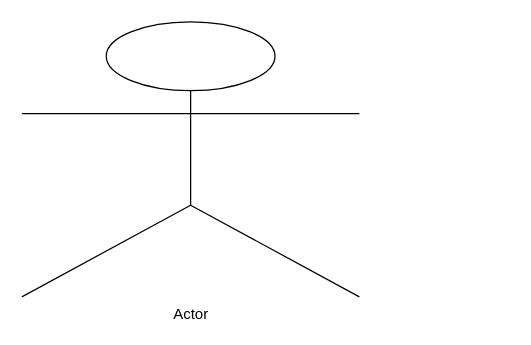
Above: Untitled Diagram.drawio in michals-lab/sezam (draw.io), before the change. Source tidied: cells renumbered, new cells numbered last; positions are measured from the earlier drawing's top-left corner, leaving out a move shared by most shapes. Both pictures are drawn from the tidied source at 125%, with x=0, y=0 at pixel (21, 21).
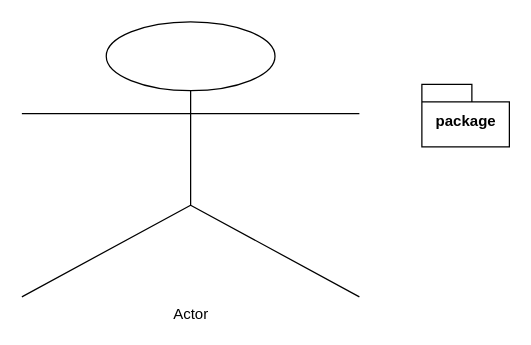
After the change.

What changed in the source:
```diff
@@
 <mxGraphModel>
   <root>
     <mxCell id="0" />
     <mxCell id="1" parent="0" />
     <mxCell id="2" value="Actor" style="shape=umlActor;verticalLabelPosition=bottom;verticalAlign=top;html=1;" parent="1" vertex="1">
       <mxGeometry width="270" height="220" as="geometry" />
     </mxCell>
+    <mxCell id="3" value="package" style="shape=folder;fontStyle=1;spacingTop=10;tabWidth=40;tabHeight=14;tabPosition=left;html=1;" parent="1" vertex="1">
+      <mxGeometry x="320" y="50" width="70" height="50" as="geometry" />
+    </mxCell>
   </root>
 </mxGraphModel>
```
